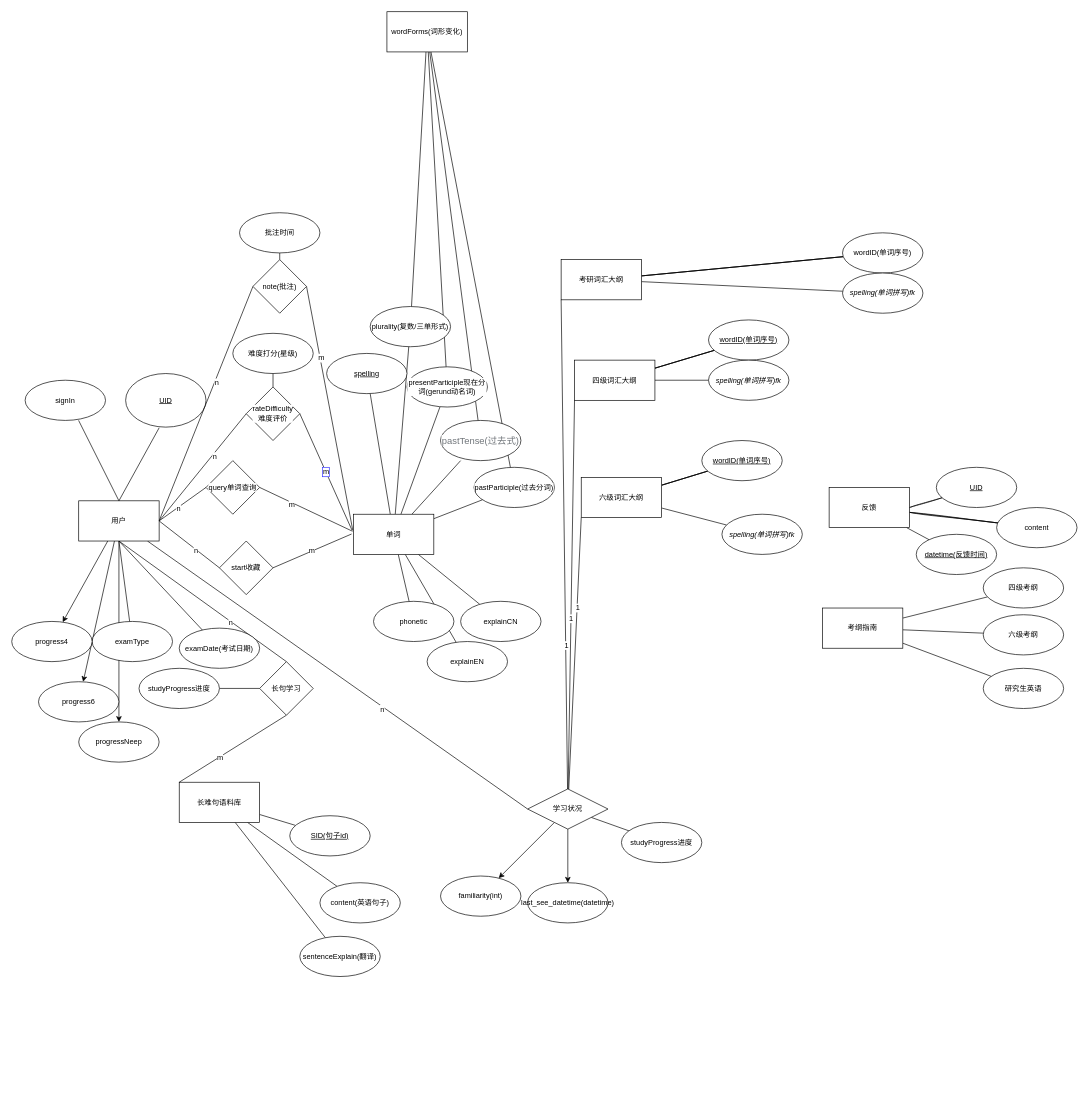
This is page "Page-1" (1 of 2) of databaseDesign/ER.dio from MaterialSharing/docs, a draw.io file, before an edit. Source tidied: cells renumbered, new cells numbered last; positions are measured from the earlier drawing's top-left corner, leaving out a move shared by most shapes. Both pictures are drawn from the tidied source at 67%, with x=0, y=0 at pixel (11, 11).
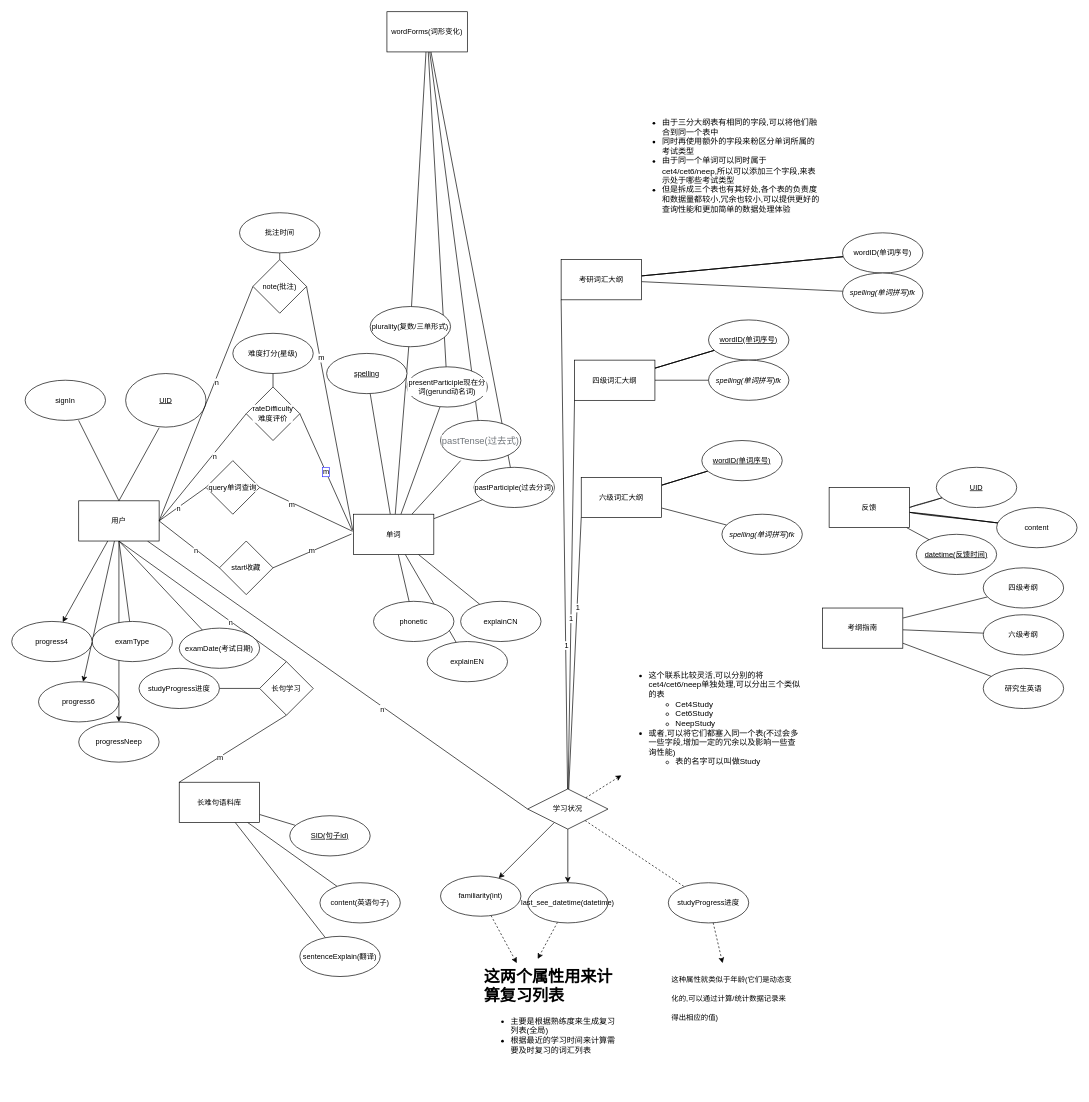
The same page after the edit.

The change refers to these unchanged cells:
```xml
<mxCell id="113" value="学习状况" style="rhombus;&#10;rounded=0;whiteSpace=wrap;html=1;fontFamily=Helvetica;fontSize=11;fontColor=default;rounded=0;" parent="1" vertex="1">
  <mxGeometry x="770" y="1160" width="120" height="60" as="geometry" />
</mxCell>
<mxCell id="124" value="last_see_datetime(datetime)" style="ellipse;whiteSpace=wrap;html=1;fontSize=11;rounded=0;" parent="1" vertex="1">
  <mxGeometry x="770" y="1300" width="120" height="60" as="geometry" />
</mxCell>
<mxCell id="125" value="familiarity(int)" style="ellipse;whiteSpace=wrap;html=1;fontSize=11;rounded=0;" parent="1" vertex="1">
  <mxGeometry x="640" y="1290" width="120" height="60" as="geometry" />
</mxCell>
```

What changed in the source:
```diff
@@
-    <mxCell id="104" style="edgeStyle=none;shape=connector;rounded=0;sketch=0;html=1;shadow=0;labelBackgroundColor=default;fontFamily=Helvetica;fontSize=11;fontColor=default;endArrow=none;endFill=0;startSize=0;endSize=0;sourcePerimeterSpacing=0;targetPerimeterSpacing=0;strokeColor=default;fillColor=default;" parent="1" edge="1" source="113" target="114">
+    <mxCell id="104" style="edgeStyle=none;shape=connector;rounded=0;sketch=0;html=1;shadow=0;labelBackgroundColor=default;fontFamily=Helvetica;fontSize=11;fontColor=default;endArrow=none;endFill=0;startSize=0;endSize=0;sourcePerimeterSpacing=0;targetPerimeterSpacing=0;strokeColor=default;fillColor=default;dashed=1;" parent="1" edge="1" source="113" target="114">
       <mxGeometry relative="1" as="geometry" />
     </mxCell>
@@
+    <mxCell id="126" style="edgeStyle=none;html=1;dashed=1;" parent="1" edge="1" source="113" target="132">
+      <mxGeometry relative="1" as="geometry" />
+    </mxCell>
@@
+    <mxCell id="127" style="edgeStyle=none;html=1;dashed=1;" parent="1" edge="1" source="114" target="130">
+      <mxGeometry relative="1" as="geometry" />
+    </mxCell>
     <mxCell id="114" value="studyProgress进度" style="ellipse;whiteSpace=wrap;html=1;fontSize=11;rounded=0;" parent="1" vertex="1">
-      <mxGeometry x="910" y="1210" width="120" height="60" as="geometry" />
+      <mxGeometry x="980" y="1300" width="120" height="60" as="geometry" />
     </mxCell>
@@
+    <mxCell id="128" style="edgeStyle=none;html=1;entryX=0.405;entryY=-0.033;entryDx=0;entryDy=0;entryPerimeter=0;dashed=1;" parent="1" edge="1" source="124" target="131">
+      <mxGeometry relative="1" as="geometry" />
+    </mxCell>
@@
+    <mxCell id="129" style="edgeStyle=none;html=1;dashed=1;" parent="1" edge="1" source="125" target="131">
+      <mxGeometry relative="1" as="geometry" />
+    </mxCell>
@@
+    <mxCell id="130" value="&lt;h1&gt;&lt;span style=&quot;font-size: 11px ; font-weight: 400 ; text-align: center&quot;&gt;这种属性就类似于年龄(它们是动态变化的,可以通过计算/统计数据记录来得出相应的值)&lt;/span&gt;&lt;br&gt;&lt;/h1&gt;" style="text;html=1;strokeColor=none;fillColor=none;spacing=5;spacingTop=-20;whiteSpace=wrap;overflow=hidden;rounded=0;" parent="1" vertex="1">
+      <mxGeometry x="980" y="1420" width="190" height="120" as="geometry" />
+    </mxCell>
+    <mxCell id="131" value="&lt;h1&gt;这两个属性用来计算复习列表&lt;/h1&gt;&lt;div&gt;&lt;ul&gt;&lt;li&gt;主要是根据熟练度来生成复习列表(全局)&lt;/li&gt;&lt;li&gt;根据最近的学习时间来计算需要及时复习的词汇列表&lt;/li&gt;&lt;/ul&gt;&lt;/div&gt;&lt;div&gt;&lt;br&gt;&lt;/div&gt;" style="text;html=1;strokeColor=none;fillColor=none;spacing=5;spacingTop=-20;whiteSpace=wrap;overflow=hidden;rounded=0;" parent="1" vertex="1">
+      <mxGeometry x="700" y="1420" width="210" height="190" as="geometry" />
+    </mxCell>
+    <mxCell id="132" value="&lt;ul&gt;&lt;li style=&quot;text-align: left&quot;&gt;这个联系比较灵活,可以分别的将cet4/cet6/neep单独处理,可以分出三个类似的表&lt;/li&gt;&lt;ul&gt;&lt;li style=&quot;text-align: left&quot;&gt;Cet4Study&lt;/li&gt;&lt;li style=&quot;text-align: left&quot;&gt;Cet6Study&lt;/li&gt;&lt;li style=&quot;text-align: left&quot;&gt;NeepStudy&lt;/li&gt;&lt;/ul&gt;&lt;li style=&quot;text-align: left&quot;&gt;或者,可以将它们都塞入同一个表(不过会多一些字段,增加一定的冗余以及影响一些查询性能)&lt;/li&gt;&lt;ul&gt;&lt;li style=&quot;text-align: left&quot;&gt;表的名字可以叫做Study&lt;/li&gt;&lt;/ul&gt;&lt;/ul&gt;" style="text;html=1;strokeColor=none;fillColor=none;align=center;verticalAlign=middle;whiteSpace=wrap;rounded=0;" parent="1" vertex="1">
+      <mxGeometry x="910" y="940" width="270" height="230" as="geometry" />
+    </mxCell>
+    <mxCell id="133" value="&lt;ul&gt;&lt;li style=&quot;text-align: left&quot;&gt;由于三分大纲表有相同的字段,可以将他们融合到同一个表中&lt;/li&gt;&lt;li style=&quot;text-align: left&quot;&gt;同时再使用额外的字段来粉区分单词所属的考试类型&lt;/li&gt;&lt;li style=&quot;text-align: left&quot;&gt;由于同一个单词可以同时属于cet4/cet6/neep,所以可以添加三个字段,来表示处于哪些考试类型&lt;/li&gt;&lt;li style=&quot;text-align: left&quot;&gt;但是拆成三个表也有其好处,各个表的负责度和数据量都较小,冗余也较小,可以提供更好的查询性能和更加简单的数据处理体验&lt;/li&gt;&lt;/ul&gt;" style="text;html=1;strokeColor=none;fillColor=none;align=center;verticalAlign=middle;whiteSpace=wrap;rounded=0;" parent="1" vertex="1">
+      <mxGeometry x="930" y="180" width="280" height="100" as="geometry" />
+    </mxCell>
```
